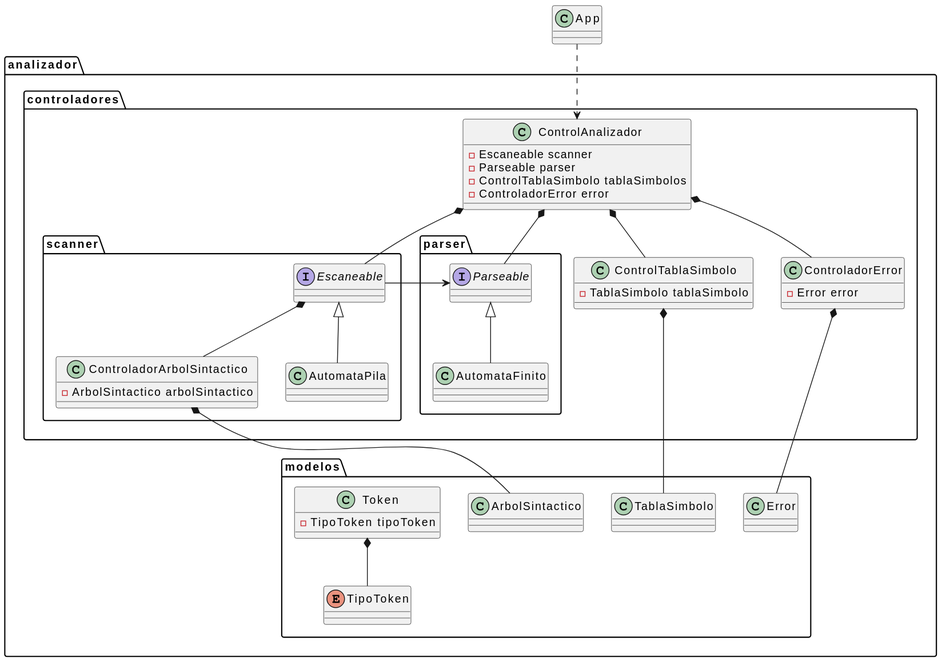
Above: Diagrama de clases/diagramadeclases.svg in MichaelMarinReyes/Parser-Py (PlantUML), before the change. Its diagram source:
```plantuml
@startuml
class App {

}

package analizador {

    package controladores {

        class ControlAnalizador {
            - Escaneable scanner
            - Parseable parser
            - ControlTablaSimbolo tablaSimbolos
            - ControladorError error
        }

        class ControlTablaSimbolo {
            - TablaSimbolo tablaSimbolo
        }

        class ControladorError {
            - Error error
        }

        package scanner {

            class ControladorArbolSintactico {
                - ArbolSintactico arbolSintactico
            }

            interface Escaneable{

            }

            class AutomataPila {

            }

            AutomataPila -up-|> Escaneable
            Escaneable *-- ControladorArbolSintactico
        }

        package parser {
            interface Parseable {

            }

            class AutomataFinito {

            }

            AutomataFinito -up-|> Parseable
        }

        ControlAnalizador *-- Parseable
        ControlAnalizador *-- Escaneable
        ControlAnalizador *-- ControlTablaSimbolo
        ControlAnalizador *-- ControladorError

        Escaneable -right-> Parseable
    }

    package modelos {

        class Error {

        }

        class ArbolSintactico {

        }

        class TablaSimbolo {

        }

        class Token {
            - TipoToken tipoToken
        }

        enum TipoToken {

        }

        Token *-- TipoToken

    }

    ControlTablaSimbolo *-down- TablaSimbolo
    ControladorError *-- Error

    ControladorArbolSintactico *-- ArbolSintactico

}

App .down.> ControlAnalizador
@enduml
```
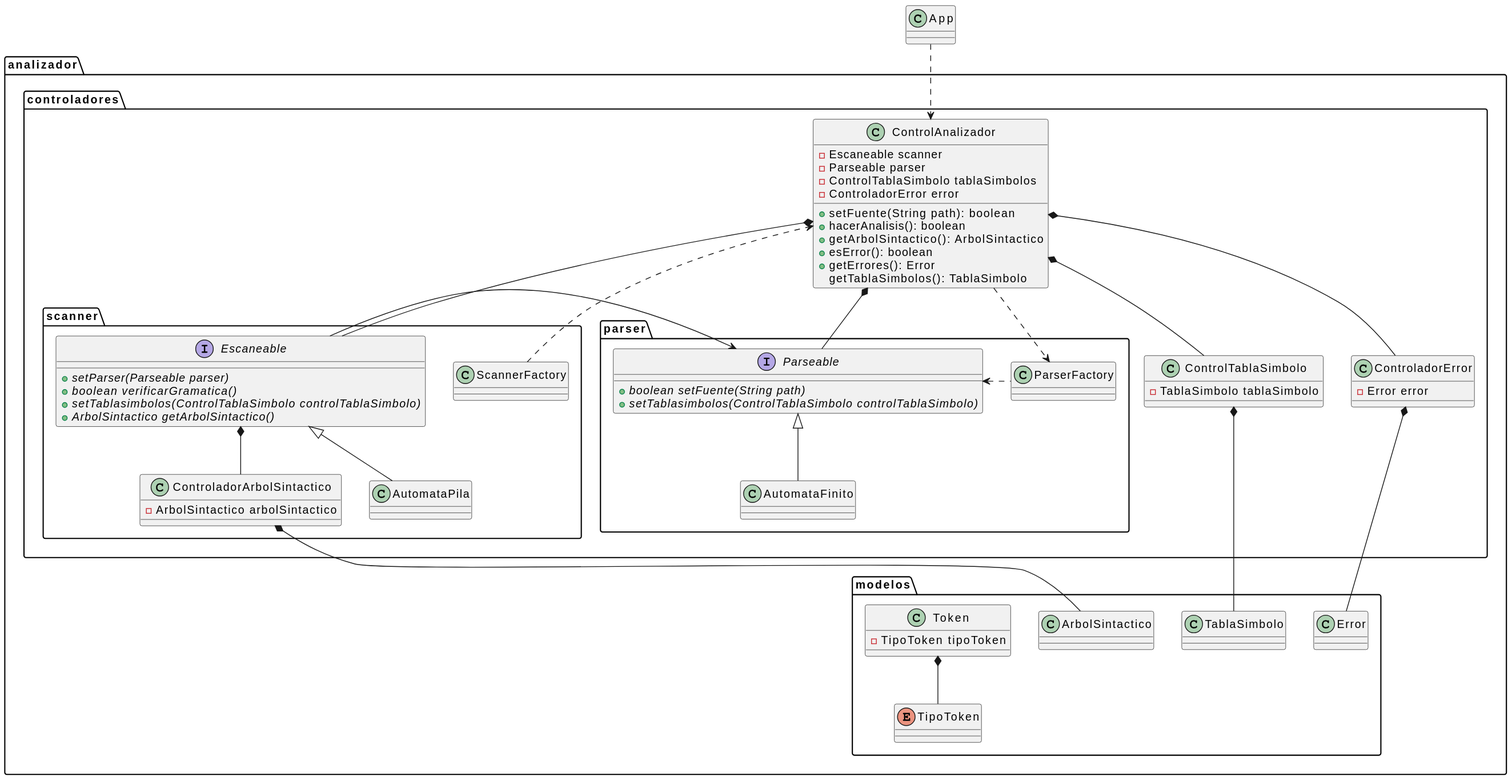
The same file after the commit.

Diff of the diagram source:
```diff
@@ -12,6 +12,12 @@
             - Parseable parser
             - ControlTablaSimbolo tablaSimbolos
             - ControladorError error
+            + setFuente(String path): boolean
+            + hacerAnalisis(): boolean
+            + getArbolSintactico(): ArbolSintactico
+            + esError(): boolean
+            + getErrores(): Error
+            getTablaSimbolos(): TablaSimbolo
         }
 
         class ControlTablaSimbolo {
@@ -24,12 +30,19 @@
 
         package scanner {
 
+            class ScannerFactory {
+
+            }
+
             class ControladorArbolSintactico {
                 - ArbolSintactico arbolSintactico
             }
 
             interface Escaneable{
-
+                + {abstract} setParser(Parseable parser)
+                + {abstract} boolean verificarGramatica()
+                + {abstract} setTablasimbolos(ControlTablaSimbolo controlTablaSimbolo)
+                + {abstract} ArbolSintactico getArbolSintactico()
             }
 
             class AutomataPila {
@@ -38,11 +51,18 @@
 
             AutomataPila -up-|> Escaneable
             Escaneable *-- ControladorArbolSintactico
+            ScannerFactory .right.> ControlAnalizador
         }
 
         package parser {
+
+            class ParserFactory {
+
+            }
+
             interface Parseable {
-
+                + {abstract} boolean setFuente(String path)
+                + {abstract} setTablasimbolos(ControlTablaSimbolo controlTablaSimbolo)
             }
 
             class AutomataFinito {
@@ -56,6 +76,8 @@
         ControlAnalizador *-- Escaneable
         ControlAnalizador *-- ControlTablaSimbolo
         ControlAnalizador *-- ControladorError
+        ControlAnalizador ..> ParserFactory
+        ParserFactory .left.> Parseable
 
         Escaneable -right-> Parseable
     }
```
